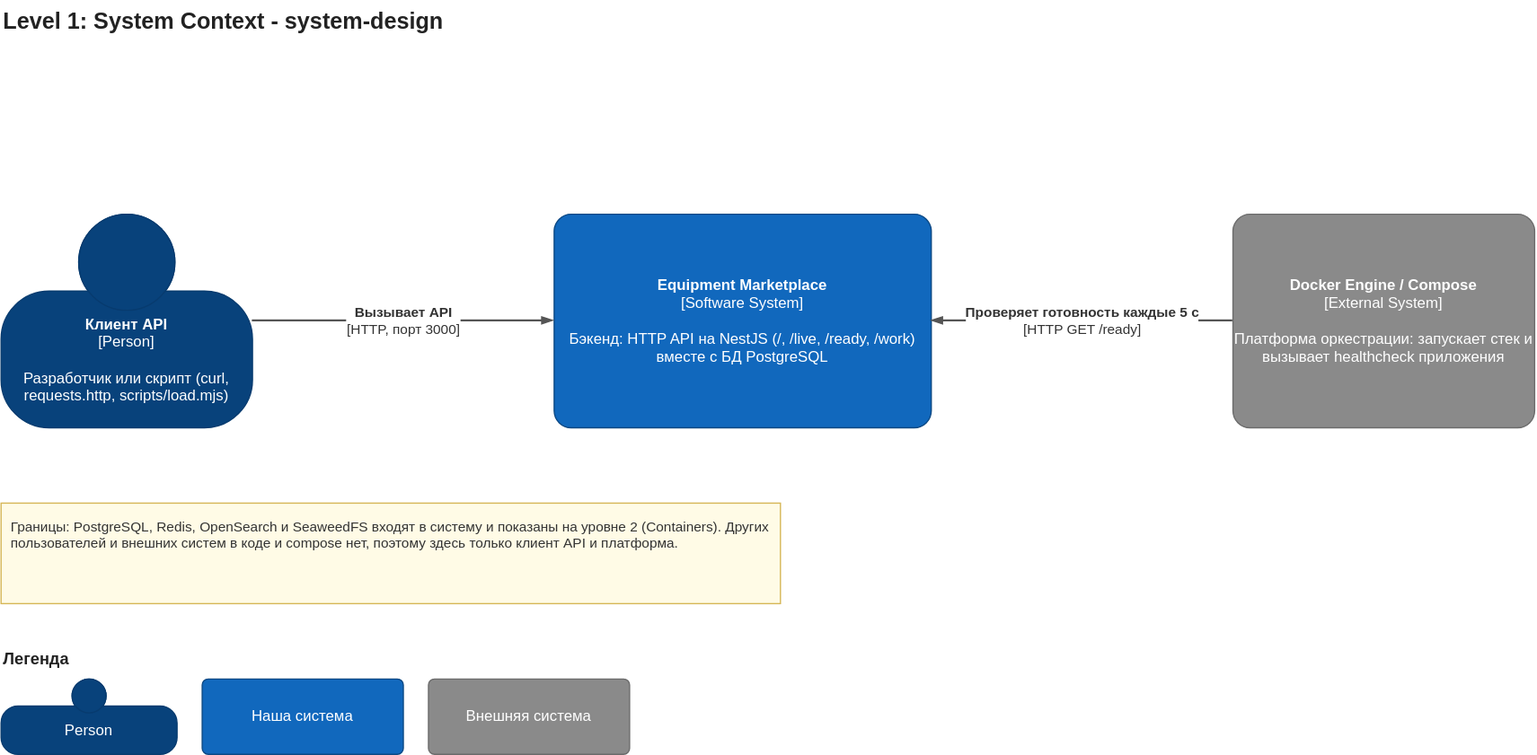
Elaman19/system-design keeps this draw.io diagram as docs/architecture/L1 - System Context.drawio.svg. Above is the earlier version. Source tidied: cells renumbered, new cells last; positions are measured from the earlier drawing's top-left corner, leaving out a move shared by most shapes.
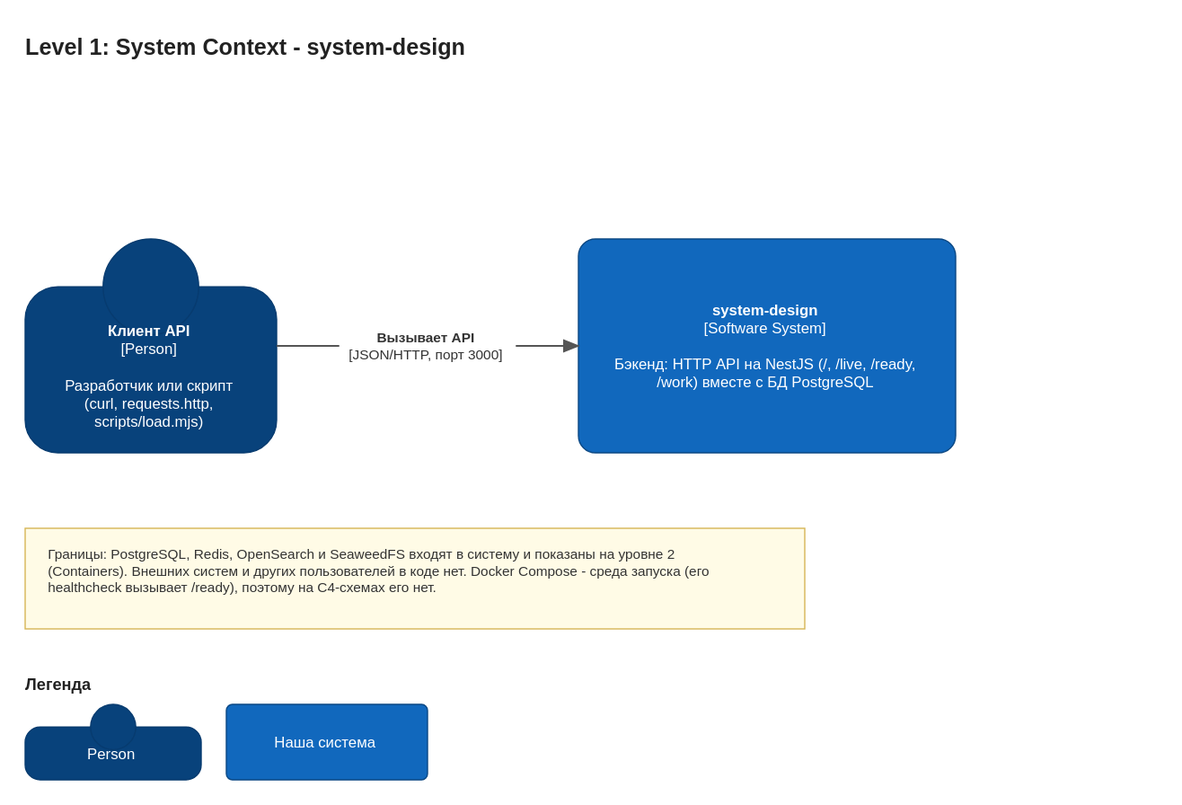
Later version of the same file.

Diff of the diagram source:
```diff
@@ -5,24 +5,18 @@
     <mxCell id="2" value="&lt;b&gt;Клиент API&lt;/b&gt;&lt;br&gt;[Person]&lt;br&gt;&lt;br&gt;Разработчик или скрипт (curl, requests.http, scripts/load.mjs)" style="fontFamily=Helvetica;html=1;whiteSpace=wrap;fontSize=12;shape=mxgraph.c4.person2;fillColor=#08427b;strokeColor=#073b6f;fontColor=#ffffff;align=center;verticalAlign=middle;" parent="1" vertex="1">
       <mxGeometry y="170" width="200" height="170" as="geometry" />
     </mxCell>
-    <mxCell id="3" value="&lt;b&gt;Equipment Marketplace&lt;/b&gt;&lt;br&gt;[Software System]&lt;br&gt;&lt;br&gt;Бэкенд: HTTP API на NestJS (/, /live, /ready, /work) вместе с БД PostgreSQL" style="fontFamily=Helvetica;html=1;whiteSpace=wrap;fontSize=12;rounded=1;arcSize=8;fillColor=#1168bd;strokeColor=#0b4884;fontColor=#ffffff;" parent="1" vertex="1">
+    <mxCell id="3" value="&lt;b&gt;system-design&lt;/b&gt;&lt;br&gt;[Software System]&lt;br&gt;&lt;br&gt;Бэкенд: HTTP API на NestJS (/, /live, /ready, /work) вместе с БД PostgreSQL" style="fontFamily=Helvetica;html=1;whiteSpace=wrap;fontSize=12;rounded=1;arcSize=8;fillColor=#1168bd;strokeColor=#0b4884;fontColor=#ffffff;" parent="1" vertex="1">
       <mxGeometry x="440" y="170" width="300" height="170" as="geometry" />
     </mxCell>
-    <mxCell id="4" value="&lt;b&gt;Docker Engine / Compose&lt;/b&gt;&lt;br&gt;[External System]&lt;br&gt;&lt;br&gt;Платформа оркестрации: запускает стек и вызывает healthcheck приложения" style="fontFamily=Helvetica;html=1;whiteSpace=wrap;fontSize=12;rounded=1;arcSize=8;fillColor=#8a8a8a;strokeColor=#6b6b6b;fontColor=#ffffff;" parent="1" vertex="1">
-      <mxGeometry x="980" y="170" width="240" height="170" as="geometry" />
-    </mxCell>
     <mxCell id="5" value="L1 relations" parent="0" />
-    <mxCell id="6" value="&lt;b&gt;Вызывает API&lt;/b&gt;&lt;br&gt;[HTTP, порт 3000]" style="edgeStyle=orthogonalEdgeStyle;rounded=0;html=1;endArrow=blockThin;endFill=1;strokeColor=#555555;strokeWidth=1.5;fontSize=11;fontColor=#333333;labelBackgroundColor=#ffffff;" parent="5" edge="1" source="2" target="3">
+    <mxCell id="6" value="&lt;b&gt;Вызывает API&lt;/b&gt;&lt;br&gt;[JSON/HTTP, порт 3000]" style="edgeStyle=orthogonalEdgeStyle;rounded=0;html=1;endArrow=blockThin;endFill=1;strokeColor=#555555;strokeWidth=1.5;fontSize=11;fontColor=#333333;labelBackgroundColor=#ffffff;" parent="5" edge="1" source="2" target="3">
       <mxGeometry relative="1" as="geometry" />
     </mxCell>
-    <mxCell id="7" value="&lt;b&gt;Проверяет готовность каждые 5 с&lt;/b&gt;&lt;br&gt;[HTTP GET /ready]" style="edgeStyle=orthogonalEdgeStyle;rounded=0;html=1;endArrow=blockThin;endFill=1;strokeColor=#555555;strokeWidth=1.5;fontSize=11;fontColor=#333333;labelBackgroundColor=#ffffff;" parent="5" edge="1" source="4" target="3">
-      <mxGeometry relative="1" as="geometry" />
-    </mxCell>
     <mxCell id="8" value="L1 notes and legend" parent="0" />
     <mxCell id="9" value="Level 1: System Context - system-design" style="fontFamily=Helvetica;html=1;whiteSpace=wrap;fontSize=12;text;fontSize=18;fontStyle=1;align=left;verticalAlign=top;fontColor=#222222;" parent="8" vertex="1">
       <mxGeometry width="900" height="30" as="geometry" />
     </mxCell>
-    <mxCell id="10" value="Границы: PostgreSQL, Redis, OpenSearch и SeaweedFS входят в систему и показаны на уровне 2 (Containers). Других пользователей и внешних систем в коде и compose нет, поэтому здесь только клиент API и платформа." style="fontFamily=Helvetica;html=1;whiteSpace=wrap;fontSize=12;rounded=0;fillColor=#fffbe6;strokeColor=#d6b656;fontColor=#333333;align=left;verticalAlign=top;spacing=8;fontSize=11;" parent="8" vertex="1">
+    <mxCell id="10" value="Границы: PostgreSQL, Redis, OpenSearch и SeaweedFS входят в систему и показаны на уровне 2 (Containers). Внешних систем и других пользователей в коде нет. Docker Compose - среда запуска (его healthcheck вызывает /ready), поэтому на C4-схемах его нет." style="fontFamily=Helvetica;html=1;whiteSpace=wrap;fontSize=12;rounded=0;fillColor=#fffbe6;strokeColor=#d6b656;fontColor=#333333;align=left;verticalAlign=top;spacing=8;fontSize=11;" parent="8" vertex="1">
       <mxGeometry y="400" width="620" height="80" as="geometry" />
     </mxCell>
     <mxCell id="11" value="Легенда" style="fontFamily=Helvetica;html=1;whiteSpace=wrap;fontSize=12;text;fontSize=13;fontStyle=1;align=left;verticalAlign=top;fontColor=#222222;" parent="8" vertex="1">
@@ -34,8 +28,5 @@
     <mxCell id="13" value="Наша система" style="fontFamily=Helvetica;html=1;whiteSpace=wrap;fontSize=12;rounded=1;arcSize=8;fillColor=#1168bd;strokeColor=#0b4884;fontColor=#ffffff;" parent="8" vertex="1">
       <mxGeometry x="160" y="540" width="160" height="60" as="geometry" />
     </mxCell>
-    <mxCell id="14" value="Внешняя система" style="fontFamily=Helvetica;html=1;whiteSpace=wrap;fontSize=12;rounded=1;arcSize=8;fillColor=#8a8a8a;strokeColor=#6b6b6b;fontColor=#ffffff;" parent="8" vertex="1">
-      <mxGeometry x="340" y="540" width="160" height="60" as="geometry" />
-    </mxCell>
   </root>
 </mxGraphModel>
```
